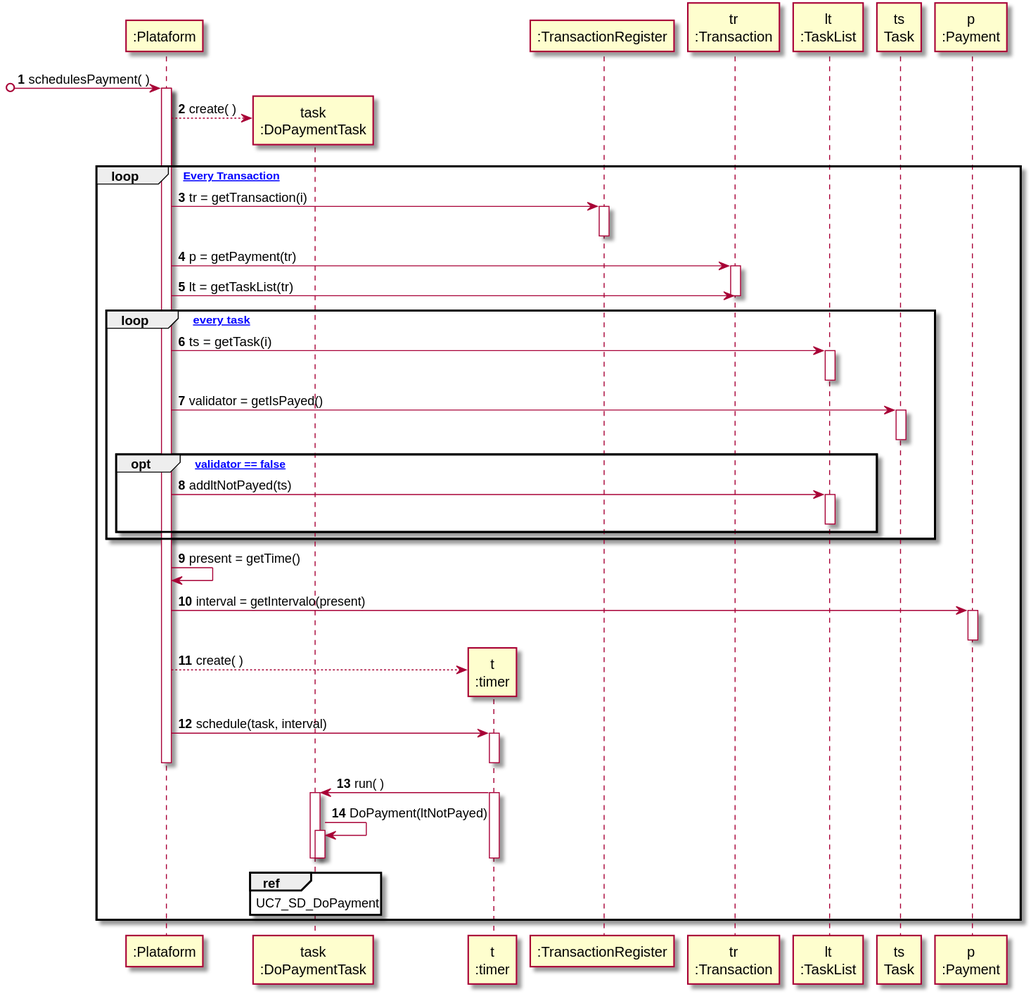
Above: docs/UC7 - Do Payment Automatically/UC7_SD.svg in 1190452/LAPR2 (PlantUML), before the change. Source of this version:
```plantuml
@startuml
autonumber

participant ":Plataform" as PLAT
participant "task\n:DoPaymentTask" as TASK
participant "t\n:timer" as TI
participant ":TransactionRegister" as TR
participant "tr\n:Transaction" as T
participant "lt\n:TaskList" as LT
participant "ts\nTask" as TS
participant "p\n:Payment" as P



[o-> PLAT : schedulesPayment( )
activate PLAT

PLAT --> TASK** : create( )

loop [for Every Transaction]
PLAT -> TR : tr = getTransaction(i)
activate TR
deactivate TR


PLAT -> T : p = getPayment(tr)
activate T


PLAT -> T : lt = getTaskList(tr)
deactivate T
loop [for every task]
PLAT -> LT : ts = getTask(i)
activate LT
deactivate LT
PLAT -> TS : validator = getIsPayed()
activate TS
deactivate TS

opt [if validator == false]
PLAT -> LT : addltNotPayed(ts)
activate LT
deactivate LT
end opt
end loop
PLAT -> PLAT : present = getTime()
PLAT -> P : interval = getIntervalo(present)
activate P
deactivate P

PLAT --> TI** : create( )
PLAT -> TI : schedule(task, interval)
activate TI
deactivate TI
deactivate PLAT

TI -> TASK : run( )
activate TI
activate TASK
TASK -> TASK : DoPayment(ltNotPayed)
ref over TASK : UC7_SD_DoPayment
activate TASK
deactivate TASK
deactivate TASK
deactivate TI

end loop

@enduml
```
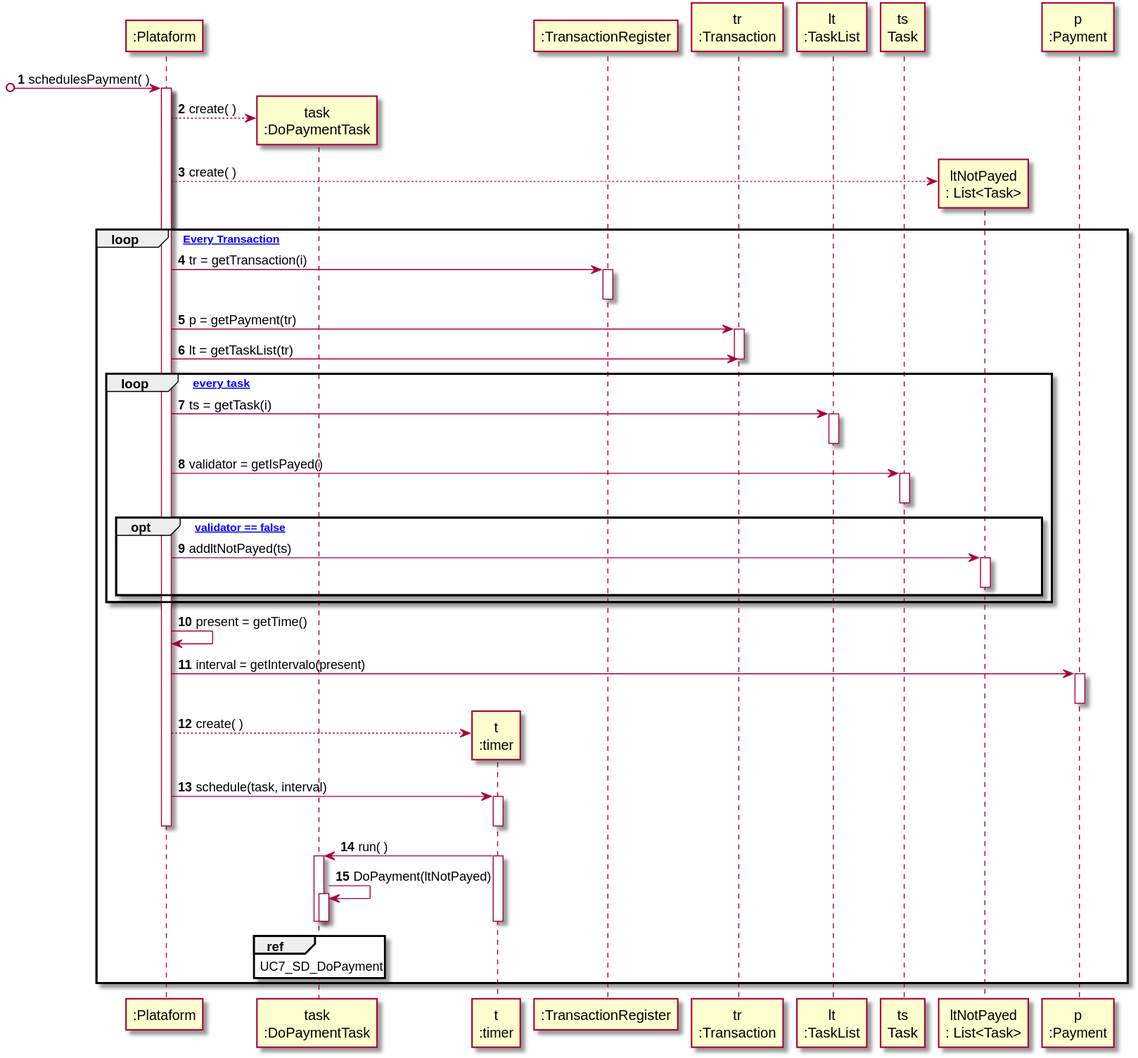
Later version of the same file.

Change to the diagram source:
```diff
@@ -8,6 +8,7 @@
 participant "tr\n:Transaction" as T
 participant "lt\n:TaskList" as LT
 participant "ts\nTask" as TS
+participant "ltNotPayed\n: List<Task>" as LTS
 participant "p\n:Payment" as P
 
 
@@ -16,6 +17,8 @@
 activate PLAT
 
 PLAT --> TASK** : create( )
+
+PLAT --> LTS** :create( )
 
 loop [for Every Transaction]
 PLAT -> TR : tr = getTransaction(i)
@@ -38,9 +41,9 @@
 deactivate TS
 
 opt [if validator == false]
-PLAT -> LT : addltNotPayed(ts)
-activate LT
-deactivate LT
+PLAT -> LTS : addltNotPayed(ts)
+activate LTS
+deactivate LTS
 end opt
 end loop
 PLAT -> PLAT : present = getTime()
```
